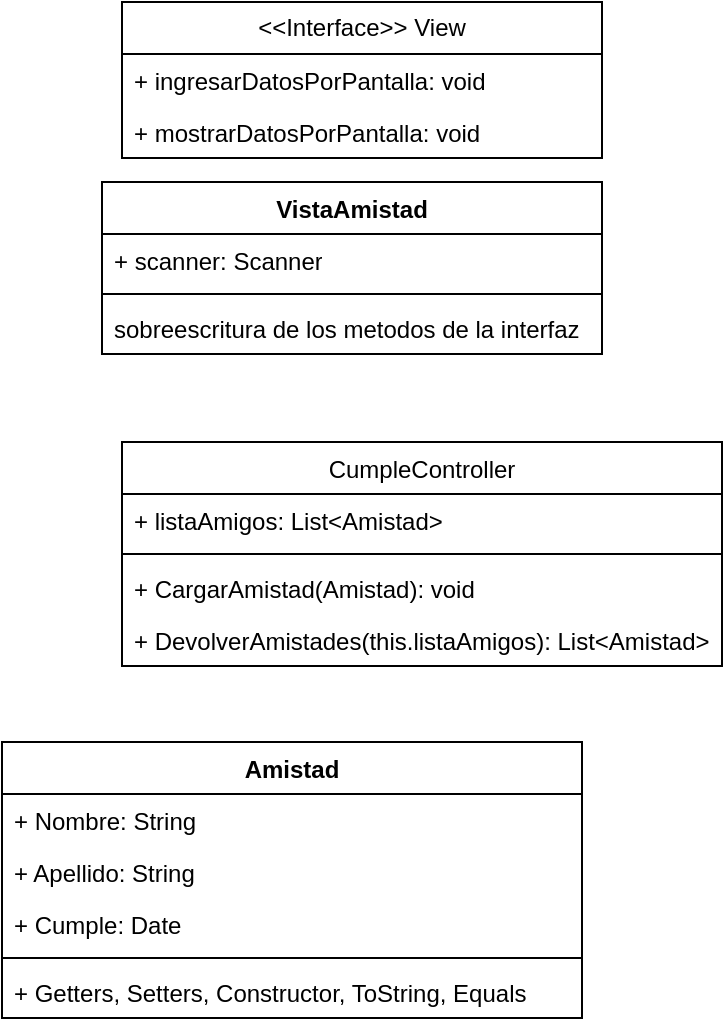
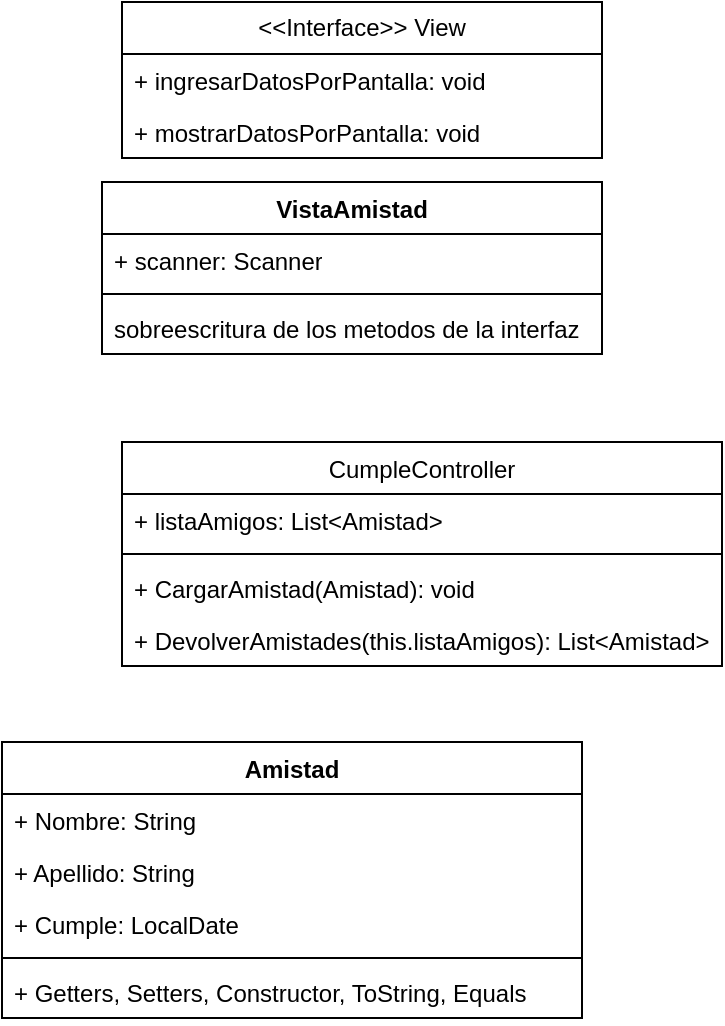
<mxfile host="65bd71144e">
    <diagram id="QwHeHQ-UFMC6Z0KG_Oi3" name="Page-1">
-         <mxGraphModel dx="322" dy="441" grid="1" gridSize="10" guides="1" tooltips="1" connect="1" arrows="1" fold="1" page="1" pageScale="1" pageWidth="850" pageHeight="1100" math="0" shadow="0">
+         <mxGraphModel dx="946" dy="419" grid="1" gridSize="10" guides="1" tooltips="1" connect="1" arrows="1" fold="1" page="1" pageScale="1" pageWidth="850" pageHeight="1100" math="0" shadow="0">
            <root>
                <mxCell id="0"/>
                <mxCell id="1" parent="0"/>
-                 <mxCell id="2" value="Amistad" style="swimlane;fontStyle=1;align=center;verticalAlign=top;childLayout=stackLayout;horizontal=1;startSize=26;horizontalStack=0;resizeParent=1;resizeParentMax=0;resizeLast=0;collapsible=1;marginBottom=0;whiteSpace=wrap;html=1;" vertex="1" parent="1">
+                 <mxCell id="2" value="Amistad" style="swimlane;fontStyle=1;align=center;verticalAlign=top;childLayout=stackLayout;horizontal=1;startSize=26;horizontalStack=0;resizeParent=1;resizeParentMax=0;resizeLast=0;collapsible=1;marginBottom=0;whiteSpace=wrap;html=1;" parent="1" vertex="1">
                    <mxGeometry x="170" y="400" width="290" height="138" as="geometry"/>
                </mxCell>
-                 <mxCell id="3" value="+ Nombre: String" style="text;strokeColor=none;fillColor=none;align=left;verticalAlign=top;spacingLeft=4;spacingRight=4;overflow=hidden;rotatable=0;points=[[0,0.5],[1,0.5]];portConstraint=eastwest;whiteSpace=wrap;html=1;" vertex="1" parent="2">
+                 <mxCell id="3" value="+ Nombre: String" style="text;strokeColor=none;fillColor=none;align=left;verticalAlign=top;spacingLeft=4;spacingRight=4;overflow=hidden;rotatable=0;points=[[0,0.5],[1,0.5]];portConstraint=eastwest;whiteSpace=wrap;html=1;" parent="2" vertex="1">
                    <mxGeometry y="26" width="290" height="26" as="geometry"/>
                </mxCell>
-                 <mxCell id="6" value="+ Apellido: String" style="text;strokeColor=none;fillColor=none;align=left;verticalAlign=top;spacingLeft=4;spacingRight=4;overflow=hidden;rotatable=0;points=[[0,0.5],[1,0.5]];portConstraint=eastwest;whiteSpace=wrap;html=1;" vertex="1" parent="2">
+                 <mxCell id="6" value="+ Apellido: String" style="text;strokeColor=none;fillColor=none;align=left;verticalAlign=top;spacingLeft=4;spacingRight=4;overflow=hidden;rotatable=0;points=[[0,0.5],[1,0.5]];portConstraint=eastwest;whiteSpace=wrap;html=1;" parent="2" vertex="1">
                    <mxGeometry y="52" width="290" height="26" as="geometry"/>
                </mxCell>
-                 <mxCell id="7" value="+ Cumple: Date" style="text;strokeColor=none;fillColor=none;align=left;verticalAlign=top;spacingLeft=4;spacingRight=4;overflow=hidden;rotatable=0;points=[[0,0.5],[1,0.5]];portConstraint=eastwest;whiteSpace=wrap;html=1;" vertex="1" parent="2">
+                 <mxCell id="7" value="+ Cumple: LocalDate" style="text;strokeColor=none;fillColor=none;align=left;verticalAlign=top;spacingLeft=4;spacingRight=4;overflow=hidden;rotatable=0;points=[[0,0.5],[1,0.5]];portConstraint=eastwest;whiteSpace=wrap;html=1;" parent="2" vertex="1">
                    <mxGeometry y="78" width="290" height="26" as="geometry"/>
                </mxCell>
-                 <mxCell id="4" value="" style="line;strokeWidth=1;fillColor=none;align=left;verticalAlign=middle;spacingTop=-1;spacingLeft=3;spacingRight=3;rotatable=0;labelPosition=right;points=[];portConstraint=eastwest;strokeColor=inherit;" vertex="1" parent="2">
+                 <mxCell id="4" value="" style="line;strokeWidth=1;fillColor=none;align=left;verticalAlign=middle;spacingTop=-1;spacingLeft=3;spacingRight=3;rotatable=0;labelPosition=right;points=[];portConstraint=eastwest;strokeColor=inherit;" parent="2" vertex="1">
                    <mxGeometry y="104" width="290" height="8" as="geometry"/>
                </mxCell>
-                 <mxCell id="5" value="+ Getters, Setters, Constructor, ToString, Equals" style="text;strokeColor=none;fillColor=none;align=left;verticalAlign=top;spacingLeft=4;spacingRight=4;overflow=hidden;rotatable=0;points=[[0,0.5],[1,0.5]];portConstraint=eastwest;whiteSpace=wrap;html=1;" vertex="1" parent="2">
+                 <mxCell id="5" value="+ Getters, Setters, Constructor, ToString, Equals" style="text;strokeColor=none;fillColor=none;align=left;verticalAlign=top;spacingLeft=4;spacingRight=4;overflow=hidden;rotatable=0;points=[[0,0.5],[1,0.5]];portConstraint=eastwest;whiteSpace=wrap;html=1;" parent="2" vertex="1">
                    <mxGeometry y="112" width="290" height="26" as="geometry"/>
                </mxCell>
-                 <mxCell id="16" value="&amp;lt;&amp;lt;Interface&amp;gt;&amp;gt; View" style="swimlane;fontStyle=0;childLayout=stackLayout;horizontal=1;startSize=26;fillColor=none;horizontalStack=0;resizeParent=1;resizeParentMax=0;resizeLast=0;collapsible=1;marginBottom=0;whiteSpace=wrap;html=1;" vertex="1" parent="1">
+                 <mxCell id="16" value="&amp;lt;&amp;lt;Interface&amp;gt;&amp;gt; View" style="swimlane;fontStyle=0;childLayout=stackLayout;horizontal=1;startSize=26;fillColor=none;horizontalStack=0;resizeParent=1;resizeParentMax=0;resizeLast=0;collapsible=1;marginBottom=0;whiteSpace=wrap;html=1;" parent="1" vertex="1">
                    <mxGeometry x="230" y="30" width="240" height="78" as="geometry"/>
                </mxCell>
-                 <mxCell id="17" value="+ ingresarDatosPorPantalla: void" style="text;strokeColor=none;fillColor=none;align=left;verticalAlign=top;spacingLeft=4;spacingRight=4;overflow=hidden;rotatable=0;points=[[0,0.5],[1,0.5]];portConstraint=eastwest;whiteSpace=wrap;html=1;" vertex="1" parent="16">
+                 <mxCell id="17" value="+ ingresarDatosPorPantalla: void" style="text;strokeColor=none;fillColor=none;align=left;verticalAlign=top;spacingLeft=4;spacingRight=4;overflow=hidden;rotatable=0;points=[[0,0.5],[1,0.5]];portConstraint=eastwest;whiteSpace=wrap;html=1;" parent="16" vertex="1">
                    <mxGeometry y="26" width="240" height="26" as="geometry"/>
                </mxCell>
-                 <mxCell id="18" value="+ mostrarDatosPorPantalla: void" style="text;strokeColor=none;fillColor=none;align=left;verticalAlign=top;spacingLeft=4;spacingRight=4;overflow=hidden;rotatable=0;points=[[0,0.5],[1,0.5]];portConstraint=eastwest;whiteSpace=wrap;html=1;" vertex="1" parent="16">
+                 <mxCell id="18" value="+ mostrarDatosPorPantalla: void" style="text;strokeColor=none;fillColor=none;align=left;verticalAlign=top;spacingLeft=4;spacingRight=4;overflow=hidden;rotatable=0;points=[[0,0.5],[1,0.5]];portConstraint=eastwest;whiteSpace=wrap;html=1;" parent="16" vertex="1">
                    <mxGeometry y="52" width="240" height="26" as="geometry"/>
                </mxCell>
-                 <mxCell id="20" value="VistaAmistad" style="swimlane;fontStyle=1;align=center;verticalAlign=top;childLayout=stackLayout;horizontal=1;startSize=26;horizontalStack=0;resizeParent=1;resizeParentMax=0;resizeLast=0;collapsible=1;marginBottom=0;whiteSpace=wrap;html=1;" vertex="1" parent="1">
+                 <mxCell id="20" value="VistaAmistad" style="swimlane;fontStyle=1;align=center;verticalAlign=top;childLayout=stackLayout;horizontal=1;startSize=26;horizontalStack=0;resizeParent=1;resizeParentMax=0;resizeLast=0;collapsible=1;marginBottom=0;whiteSpace=wrap;html=1;" parent="1" vertex="1">
                    <mxGeometry x="220" y="120" width="250" height="86" as="geometry"/>
                </mxCell>
-                 <mxCell id="21" value="+ scanner: Scanner" style="text;strokeColor=none;fillColor=none;align=left;verticalAlign=top;spacingLeft=4;spacingRight=4;overflow=hidden;rotatable=0;points=[[0,0.5],[1,0.5]];portConstraint=eastwest;whiteSpace=wrap;html=1;" vertex="1" parent="20">
+                 <mxCell id="21" value="+ scanner: Scanner" style="text;strokeColor=none;fillColor=none;align=left;verticalAlign=top;spacingLeft=4;spacingRight=4;overflow=hidden;rotatable=0;points=[[0,0.5],[1,0.5]];portConstraint=eastwest;whiteSpace=wrap;html=1;" parent="20" vertex="1">
                    <mxGeometry y="26" width="250" height="26" as="geometry"/>
                </mxCell>
-                 <mxCell id="22" value="" style="line;strokeWidth=1;fillColor=none;align=left;verticalAlign=middle;spacingTop=-1;spacingLeft=3;spacingRight=3;rotatable=0;labelPosition=right;points=[];portConstraint=eastwest;strokeColor=inherit;" vertex="1" parent="20">
+                 <mxCell id="22" value="" style="line;strokeWidth=1;fillColor=none;align=left;verticalAlign=middle;spacingTop=-1;spacingLeft=3;spacingRight=3;rotatable=0;labelPosition=right;points=[];portConstraint=eastwest;strokeColor=inherit;" parent="20" vertex="1">
                    <mxGeometry y="52" width="250" height="8" as="geometry"/>
                </mxCell>
-                 <mxCell id="23" value="sobreescritura de los metodos de la interfaz" style="text;strokeColor=none;fillColor=none;align=left;verticalAlign=top;spacingLeft=4;spacingRight=4;overflow=hidden;rotatable=0;points=[[0,0.5],[1,0.5]];portConstraint=eastwest;whiteSpace=wrap;html=1;" vertex="1" parent="20">
+                 <mxCell id="23" value="sobreescritura de los metodos de la interfaz" style="text;strokeColor=none;fillColor=none;align=left;verticalAlign=top;spacingLeft=4;spacingRight=4;overflow=hidden;rotatable=0;points=[[0,0.5],[1,0.5]];portConstraint=eastwest;whiteSpace=wrap;html=1;" parent="20" vertex="1">
                    <mxGeometry y="60" width="250" height="26" as="geometry"/>
                </mxCell>
-                 <mxCell id="24" value="&lt;span style=&quot;color: rgb(0, 0, 0); font-weight: 400;&quot;&gt;CumpleController&lt;/span&gt;" style="swimlane;fontStyle=1;align=center;verticalAlign=top;childLayout=stackLayout;horizontal=1;startSize=26;horizontalStack=0;resizeParent=1;resizeParentMax=0;resizeLast=0;collapsible=1;marginBottom=0;whiteSpace=wrap;html=1;" vertex="1" parent="1">
+                 <mxCell id="24" value="&lt;span style=&quot;color: rgb(0, 0, 0); font-weight: 400;&quot;&gt;CumpleController&lt;/span&gt;" style="swimlane;fontStyle=1;align=center;verticalAlign=top;childLayout=stackLayout;horizontal=1;startSize=26;horizontalStack=0;resizeParent=1;resizeParentMax=0;resizeLast=0;collapsible=1;marginBottom=0;whiteSpace=wrap;html=1;" parent="1" vertex="1">
                    <mxGeometry x="230" y="250" width="300" height="112" as="geometry"/>
                </mxCell>
-                 <mxCell id="25" value="&lt;span style=&quot;color: rgb(0, 0, 0);&quot;&gt;+ listaAmigos: List&amp;lt;Amistad&amp;gt;&lt;/span&gt;" style="text;strokeColor=none;fillColor=none;align=left;verticalAlign=top;spacingLeft=4;spacingRight=4;overflow=hidden;rotatable=0;points=[[0,0.5],[1,0.5]];portConstraint=eastwest;whiteSpace=wrap;html=1;" vertex="1" parent="24">
+                 <mxCell id="25" value="&lt;span style=&quot;color: rgb(0, 0, 0);&quot;&gt;+ listaAmigos: List&amp;lt;Amistad&amp;gt;&lt;/span&gt;" style="text;strokeColor=none;fillColor=none;align=left;verticalAlign=top;spacingLeft=4;spacingRight=4;overflow=hidden;rotatable=0;points=[[0,0.5],[1,0.5]];portConstraint=eastwest;whiteSpace=wrap;html=1;" parent="24" vertex="1">
                    <mxGeometry y="26" width="300" height="26" as="geometry"/>
                </mxCell>
-                 <mxCell id="26" value="" style="line;strokeWidth=1;fillColor=none;align=left;verticalAlign=middle;spacingTop=-1;spacingLeft=3;spacingRight=3;rotatable=0;labelPosition=right;points=[];portConstraint=eastwest;strokeColor=inherit;" vertex="1" parent="24">
+                 <mxCell id="26" value="" style="line;strokeWidth=1;fillColor=none;align=left;verticalAlign=middle;spacingTop=-1;spacingLeft=3;spacingRight=3;rotatable=0;labelPosition=right;points=[];portConstraint=eastwest;strokeColor=inherit;" parent="24" vertex="1">
                    <mxGeometry y="52" width="300" height="8" as="geometry"/>
                </mxCell>
-                 <mxCell id="29" value="+ CargarAmistad(Amistad): void" style="text;strokeColor=none;fillColor=none;align=left;verticalAlign=top;spacingLeft=4;spacingRight=4;overflow=hidden;rotatable=0;points=[[0,0.5],[1,0.5]];portConstraint=eastwest;whiteSpace=wrap;html=1;" vertex="1" parent="24">
+                 <mxCell id="29" value="+ CargarAmistad(Amistad): void" style="text;strokeColor=none;fillColor=none;align=left;verticalAlign=top;spacingLeft=4;spacingRight=4;overflow=hidden;rotatable=0;points=[[0,0.5],[1,0.5]];portConstraint=eastwest;whiteSpace=wrap;html=1;" parent="24" vertex="1">
                    <mxGeometry y="60" width="300" height="26" as="geometry"/>
                </mxCell>
-                 <mxCell id="28" value="+ DevolverAmistades(this.listaAmigos): List&amp;lt;Amistad&amp;gt;" style="text;strokeColor=none;fillColor=none;align=left;verticalAlign=top;spacingLeft=4;spacingRight=4;overflow=hidden;rotatable=0;points=[[0,0.5],[1,0.5]];portConstraint=eastwest;whiteSpace=wrap;html=1;" vertex="1" parent="24">
+                 <mxCell id="28" value="+ DevolverAmistades(this.listaAmigos): List&amp;lt;Amistad&amp;gt;" style="text;strokeColor=none;fillColor=none;align=left;verticalAlign=top;spacingLeft=4;spacingRight=4;overflow=hidden;rotatable=0;points=[[0,0.5],[1,0.5]];portConstraint=eastwest;whiteSpace=wrap;html=1;" parent="24" vertex="1">
                    <mxGeometry y="86" width="300" height="26" as="geometry"/>
                </mxCell>
            </root>
        </mxGraphModel>
    </diagram>
</mxfile>